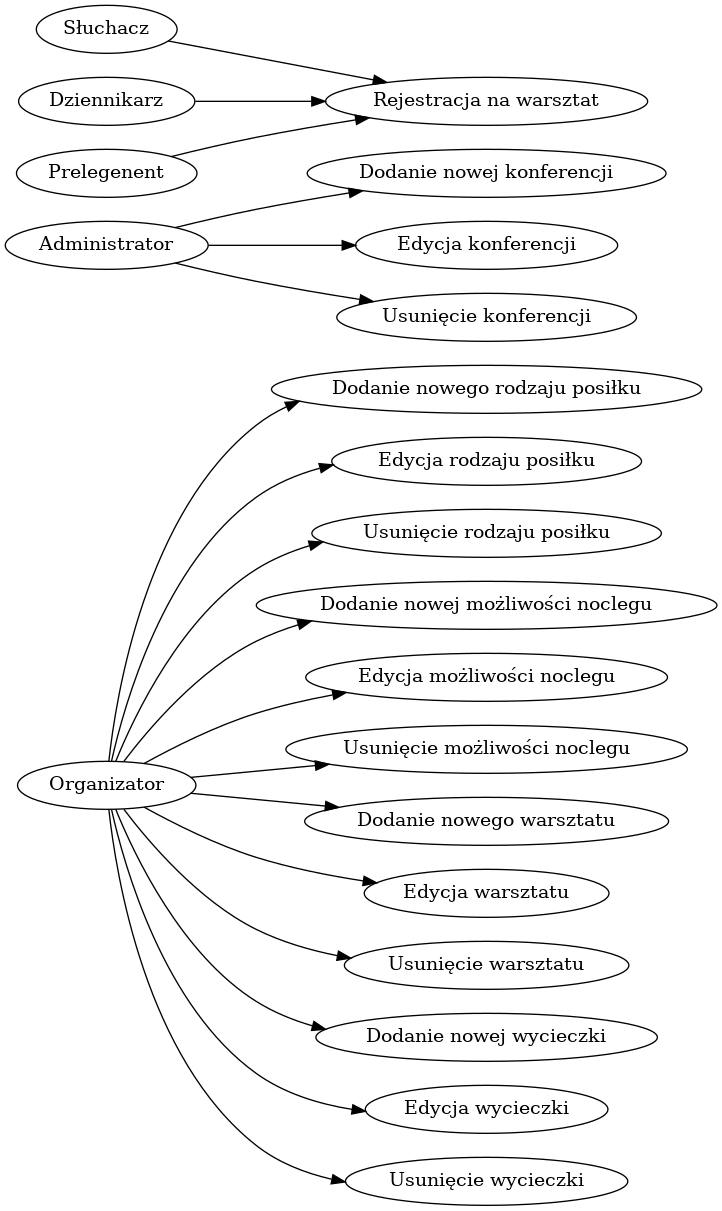
Above: przypadki.png in zyla/iop_konferencja (Graphviz), before the change. Its source is kept beside it as przypadki.dot.
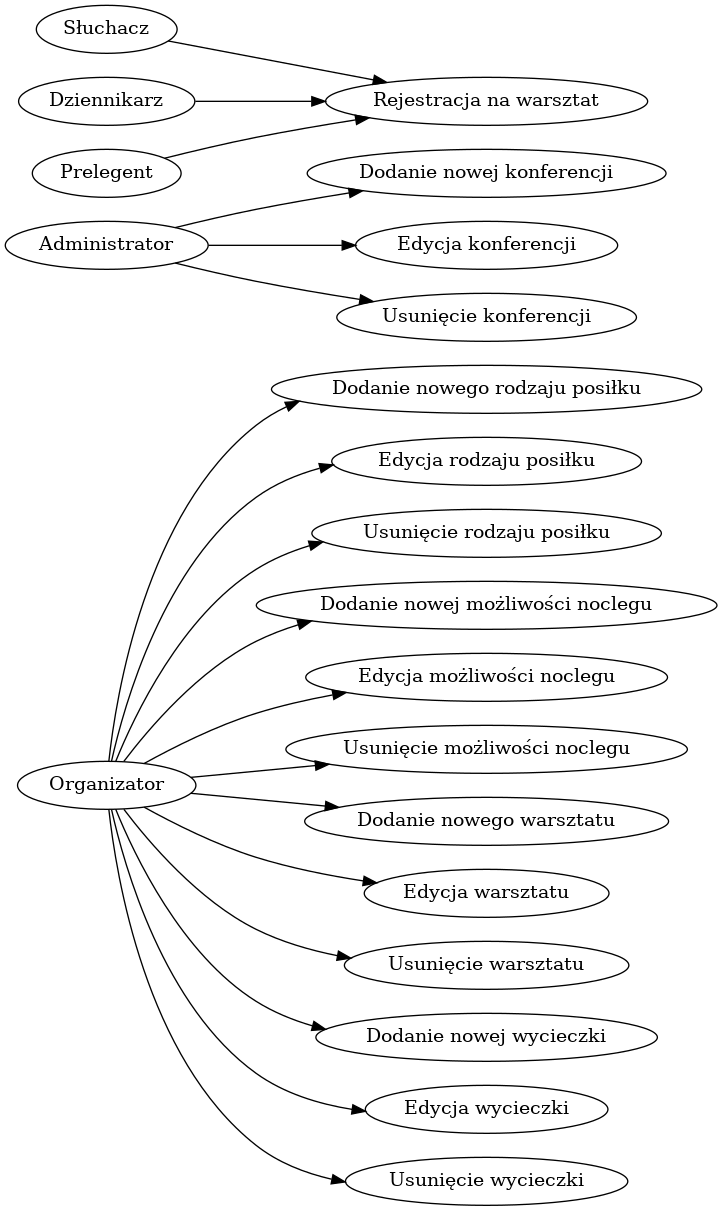
After the commit.

Diff of the diagram source:
```diff
@@ -15,5 +15,5 @@
 "Administrator" -> "Usunięcie konferencji"
 "Słuchacz" -> "Rejestracja na warsztat"
 "Dziennikarz" -> "Rejestracja na warsztat"
-"Prelegenent" -> "Rejestracja na warsztat"
+"Prelegent" -> "Rejestracja na warsztat"
  }
```
